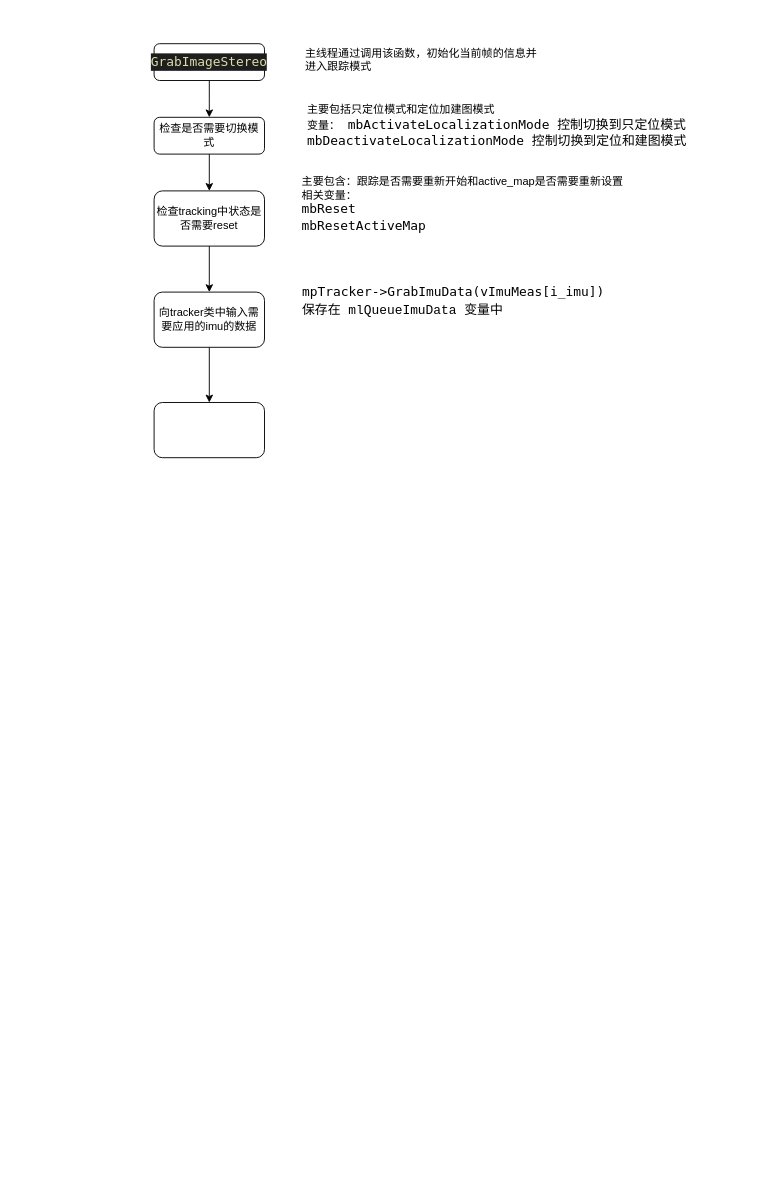
Earlier version of the draw.io diagram tracking.drawio (Peter1qaz2wsx/flow_chart-). Source tidied: cells renumbered, new cells numbered last; positions are measured from the earlier drawing's top-left corner, leaving out a move shared by most shapes. Both pictures are drawn from the tidied source at 92%, with x=0, y=0 at pixel (154, 43).
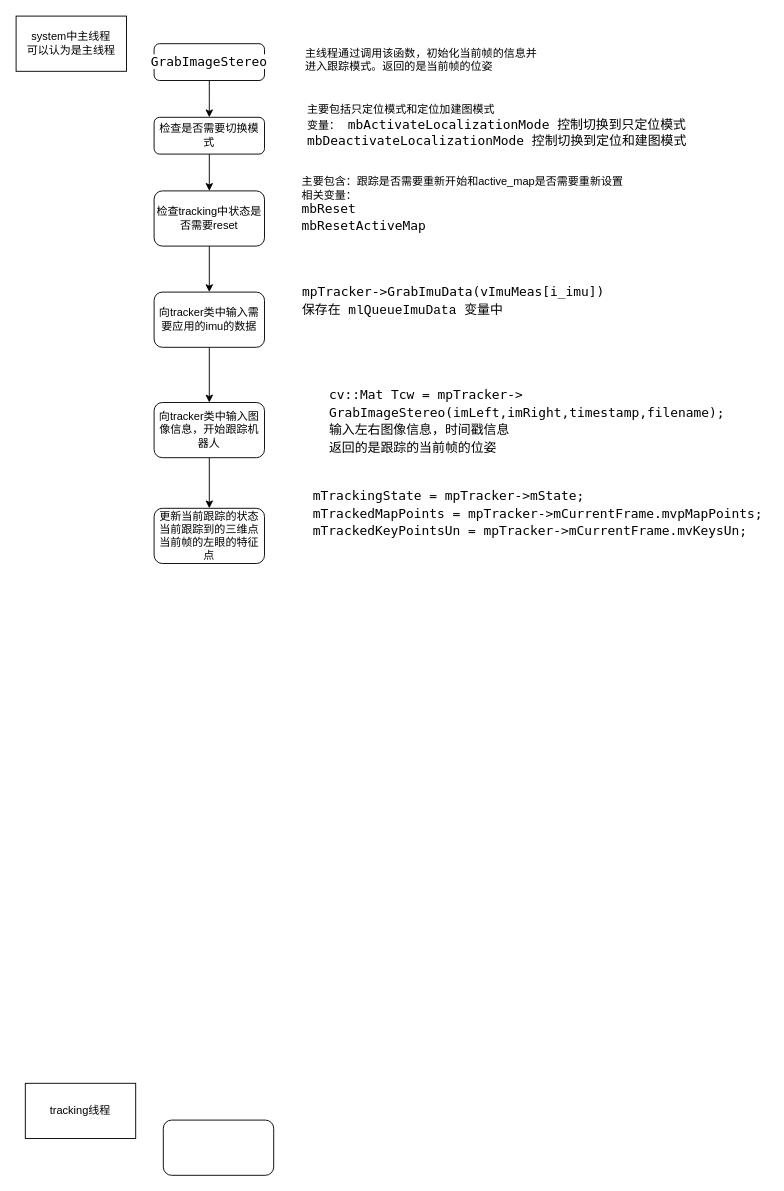
After the change.

Change to the diagram source:
```diff
@@
-    <mxCell id="3" value="&lt;div style=&quot;color: rgb(212 , 212 , 212) ; background-color: rgb(30 , 30 , 30) ; font-family: &amp;#34;droid sans mono&amp;#34; , &amp;#34;monospace&amp;#34; , monospace , &amp;#34;droid sans fallback&amp;#34; ; font-size: 14px ; line-height: 19px&quot;&gt;&lt;span style=&quot;color: #dcdcaa&quot;&gt;GrabImageStereo&lt;/span&gt;&lt;/div&gt;" style="rounded=1;whiteSpace=wrap;html=1;fontSize=12;glass=0;strokeWidth=1;shadow=0;" parent="1" vertex="1">
+    <mxCell id="3" value="&lt;div style=&quot;font-family: &amp;#34;droid sans mono&amp;#34; , &amp;#34;monospace&amp;#34; , monospace , &amp;#34;droid sans fallback&amp;#34; ; font-size: 14px ; line-height: 19px&quot;&gt;&lt;font style=&quot;vertical-align: inherit ; background-color: rgb(255 , 255 , 255)&quot;&gt;GrabImageStereo&lt;/font&gt;&lt;/div&gt;" style="rounded=1;whiteSpace=wrap;html=1;fontSize=12;glass=0;strokeWidth=1;shadow=0;" parent="1" vertex="1">
       <mxGeometry width="120" height="40" as="geometry" />
     </mxCell>
@@
-    <mxCell id="6" value="&lt;div style=&quot;text-align: justify&quot;&gt;&lt;span&gt;主线程通过调用该函数，初始化当前帧的信息并&lt;/span&gt;&lt;/div&gt;&lt;div style=&quot;text-align: justify&quot;&gt;&lt;span&gt;进入跟踪模式&lt;/span&gt;&lt;/div&gt;&lt;div style=&quot;text-align: justify&quot;&gt;&lt;br&gt;&lt;/div&gt;" style="text;html=1;align=center;verticalAlign=middle;strokeColor=none;fillColor=none;" parent="1" vertex="1">
+    <mxCell id="6" value="&lt;div style=&quot;text-align: justify&quot;&gt;&lt;span&gt;主线程通过调用该函数，初始化当前帧的信息并&lt;/span&gt;&lt;/div&gt;&lt;div style=&quot;text-align: justify&quot;&gt;&lt;span&gt;进入跟踪模式。返回的是当前帧的位姿&lt;/span&gt;&lt;/div&gt;&lt;div style=&quot;text-align: justify&quot;&gt;&lt;br&gt;&lt;/div&gt;" style="text;html=1;align=center;verticalAlign=middle;strokeColor=none;fillColor=none;" parent="1" vertex="1">
       <mxGeometry x="155" width="270" height="50" as="geometry" />
     </mxCell>
@@
+    <mxCell id="15" style="edgeStyle=orthogonalEdgeStyle;rounded=0;jettySize=auto;html=1;fontColor=#000000;" parent="1" edge="1" source="14" target="17">
+      <mxGeometry relative="1" as="geometry" />
+    </mxCell>
-    <mxCell id="14" style="whiteSpace=wrap;html=1;rounded=1;shadow=0;strokeWidth=1;glass=0;" parent="1" vertex="1">
+    <mxCell id="14" value="向tracker类中输入图像信息，开始跟踪机器人" style="whiteSpace=wrap;html=1;rounded=1;shadow=0;strokeWidth=1;glass=0;" parent="1" vertex="1">
       <mxGeometry y="390" width="120" height="60" as="geometry" />
     </mxCell>
+    <mxCell id="16" value="&lt;div style=&quot;text-align: justify ; font-family: &amp;#34;droid sans mono&amp;#34; , &amp;#34;monospace&amp;#34; , monospace , &amp;#34;droid sans fallback&amp;#34; ; font-size: 14px ; line-height: 19px&quot;&gt;&lt;span style=&quot;background-color: rgb(255 , 255 , 255)&quot;&gt;cv::Mat Tcw = mpTracker-&amp;gt;&lt;/span&gt;&lt;/div&gt;&lt;div style=&quot;text-align: justify ; font-family: &amp;#34;droid sans mono&amp;#34; , &amp;#34;monospace&amp;#34; , monospace , &amp;#34;droid sans fallback&amp;#34; ; font-size: 14px ; line-height: 19px&quot;&gt;&lt;span style=&quot;background-color: rgb(255 , 255 , 255)&quot;&gt;GrabImageStereo(imLeft,imRight,timestamp,filename);&lt;/span&gt;&lt;/div&gt;&lt;div style=&quot;text-align: justify ; font-family: &amp;#34;droid sans mono&amp;#34; , &amp;#34;monospace&amp;#34; , monospace , &amp;#34;droid sans fallback&amp;#34; ; font-size: 14px ; line-height: 19px&quot;&gt;&lt;span style=&quot;background-color: rgb(255 , 255 , 255)&quot;&gt;输入左右图像信息，时间戳信息&lt;/span&gt;&lt;/div&gt;&lt;div style=&quot;text-align: justify ; font-family: &amp;#34;droid sans mono&amp;#34; , &amp;#34;monospace&amp;#34; , monospace , &amp;#34;droid sans fallback&amp;#34; ; font-size: 14px ; line-height: 19px&quot;&gt;&lt;span style=&quot;background-color: rgb(255 , 255 , 255)&quot;&gt;返回的是跟踪的当前帧的位姿&lt;/span&gt;&lt;/div&gt;" style="text;html=1;align=center;verticalAlign=middle;strokeColor=none;fillColor=none;fontColor=#000000;" parent="1" vertex="1">
+      <mxGeometry x="180" y="370" width="450" height="80" as="geometry" />
+    </mxCell>
+    <mxCell id="17" value="更新当前跟踪的状态&lt;br&gt;当前跟踪到的三维点&lt;br&gt;当前帧的左眼的特征点" style="whiteSpace=wrap;html=1;rounded=1;shadow=0;strokeWidth=1;glass=0;" parent="1" vertex="1">
+      <mxGeometry y="505" width="120" height="60" as="geometry" />
+    </mxCell>
+    <mxCell id="18" value="&lt;div style=&quot;font-family: &amp;#34;droid sans mono&amp;#34; , &amp;#34;monospace&amp;#34; , monospace , &amp;#34;droid sans fallback&amp;#34; ; font-size: 14px ; line-height: 19px&quot;&gt;&lt;div style=&quot;text-align: justify&quot;&gt;    &lt;span style=&quot;background-color: rgb(255 , 255 , 255)&quot;&gt;mTrackingState = mpTracker-&amp;gt;mState;&lt;/span&gt;&lt;/div&gt;&lt;div style=&quot;text-align: justify&quot;&gt;    &lt;span style=&quot;background-color: rgb(255 , 255 , 255)&quot;&gt;mTrackedMapPoints = mpTracker-&amp;gt;mCurrentFrame.mvpMapPoints;&lt;/span&gt;&lt;/div&gt;&lt;div style=&quot;text-align: justify&quot;&gt;    &lt;span style=&quot;background-color: rgb(255 , 255 , 255)&quot;&gt;mTrackedKeyPointsUn = mpTracker-&amp;gt;mCurrentFrame.mvKeysUn;&lt;/span&gt;&lt;/div&gt;&lt;div style=&quot;text-align: justify&quot;&gt;&lt;span style=&quot;background-color: rgb(255 , 255 , 255)&quot;&gt;&lt;br&gt;&lt;/span&gt;&lt;/div&gt;&lt;/div&gt;" style="text;html=1;align=center;verticalAlign=middle;strokeColor=none;fillColor=none;fontColor=#000000;" parent="1" vertex="1">
+      <mxGeometry x="167" y="480" width="500" height="80" as="geometry" />
+    </mxCell>
+    <mxCell id="19" value="system中主线程&lt;br&gt;可以认为是主线程" style="rounded=0;whiteSpace=wrap;html=1;labelBackgroundColor=#FFFFFF;fontColor=#000000;" parent="1" vertex="1">
+      <mxGeometry x="-150" y="-30" width="120" height="60" as="geometry" />
+    </mxCell>
+    <mxCell id="20" value="tracking线程" style="rounded=0;whiteSpace=wrap;html=1;labelBackgroundColor=#FFFFFF;fontColor=#000000;" parent="1" vertex="1">
+      <mxGeometry x="-140" y="1130" width="120" height="60" as="geometry" />
+    </mxCell>
+    <mxCell id="21" style="rounded=1;whiteSpace=wrap;html=1;labelBackgroundColor=#FFFFFF;fontColor=#000000;" parent="1" vertex="1">
+      <mxGeometry x="10" y="1170" width="120" height="60" as="geometry" />
+    </mxCell>
```
